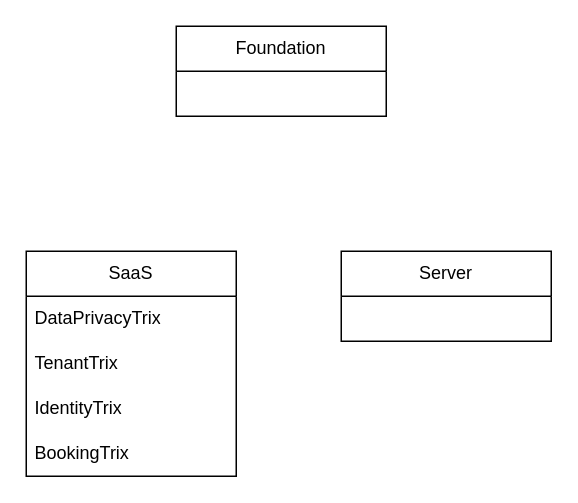
Earlier version of the draw.io diagram Dependencies.drawio (fillippeprata/AxisResult). Source tidied: cells renumbered, new cells numbered last; positions are measured from the earlier drawing's top-left corner, leaving out a move shared by most shapes. Both pictures are drawn from the tidied source at 150%, with x=0, y=0 at pixel (26, 26).
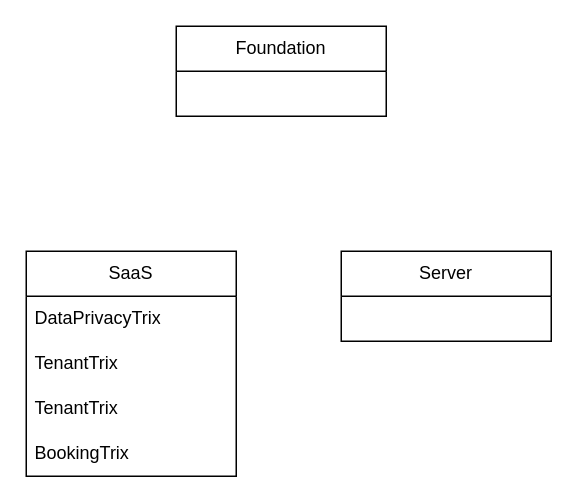
After the change.

Change to the diagram source:
```diff
@@
 <mxGraphModel>
   <root>
     <mxCell id="0" />
     <mxCell id="1" parent="0" />
     <mxCell id="2" value="SaaS" style="swimlane;fontStyle=0;horizontal=1;startSize=30;whiteSpace=wrap;html=1;" parent="1" vertex="1">
       <mxGeometry y="150" width="140" height="150" as="geometry" />
     </mxCell>
     <mxCell id="3" value="DataPrivacyTrix" style="text;strokeColor=none;fillColor=none;align=left;verticalAlign=middle;spacingLeft=4;spacingRight=4;overflow=hidden;whiteSpace=wrap;html=1;" parent="2" vertex="1">
       <mxGeometry y="30" width="140" height="30" as="geometry" />
     </mxCell>
     <mxCell id="4" value="TenantTrix" style="text;strokeColor=none;fillColor=none;align=left;verticalAlign=middle;spacingLeft=4;spacingRight=4;overflow=hidden;whiteSpace=wrap;html=1;" parent="2" vertex="1">
       <mxGeometry y="60" width="140" height="30" as="geometry" />
     </mxCell>
-    <mxCell id="5" value="IdentityTrix" style="text;strokeColor=none;fillColor=none;align=left;verticalAlign=middle;spacingLeft=4;spacingRight=4;overflow=hidden;whiteSpace=wrap;html=1;" parent="2" vertex="1">
+    <mxCell id="5" value="TenantTrix" style="text;strokeColor=none;fillColor=none;align=left;verticalAlign=middle;spacingLeft=4;spacingRight=4;overflow=hidden;whiteSpace=wrap;html=1;" parent="2" vertex="1">
       <mxGeometry y="90" width="140" height="30" as="geometry" />
     </mxCell>
     <mxCell id="6" value="BookingTrix" style="text;strokeColor=none;fillColor=none;align=left;verticalAlign=middle;spacingLeft=4;spacingRight=4;overflow=hidden;whiteSpace=wrap;html=1;" parent="2" vertex="1">
       <mxGeometry y="120" width="140" height="30" as="geometry" />
     </mxCell>
     <mxCell id="7" value="Server" style="swimlane;fontStyle=0;horizontal=1;startSize=30;whiteSpace=wrap;html=1;" parent="1" vertex="1">
       <mxGeometry x="210" y="150" width="140" height="60" as="geometry" />
     </mxCell>
     <mxCell id="8" value="Foundation" style="swimlane;fontStyle=0;horizontal=1;startSize=30;whiteSpace=wrap;html=1;" parent="1" vertex="1">
       <mxGeometry x="100" width="140" height="60" as="geometry" />
     </mxCell>
   </root>
 </mxGraphModel>
```
